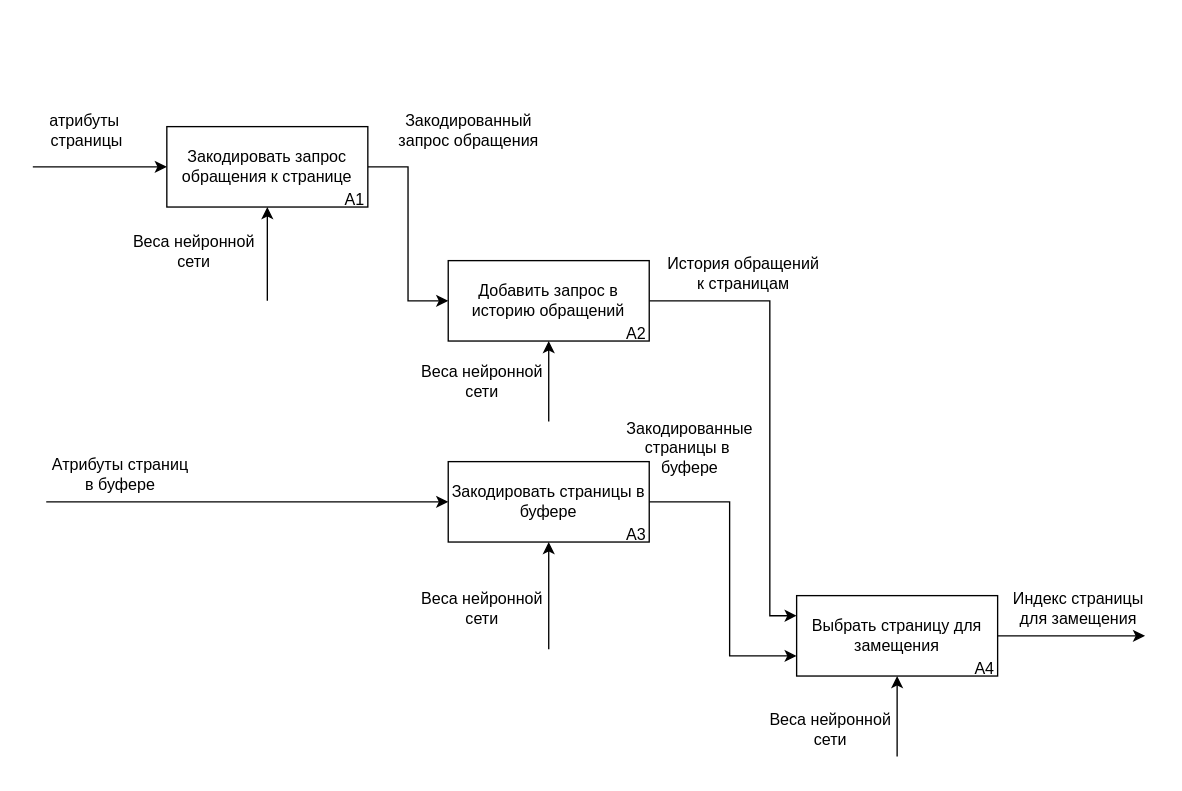
Before: page "idefa1" (2 of 20) of sem_03/report/inc/img/diagramgs.drawio in maxerMU/masters_nir, a draw.io diagram. Source tidied: cells renumbered, new cells numbered last; positions are measured from the earlier drawing's top-left corner, leaving out a move shared by most shapes. Both pictures are drawn from the tidied source at 134%, with x=0, y=0 at pixel (32, 103).
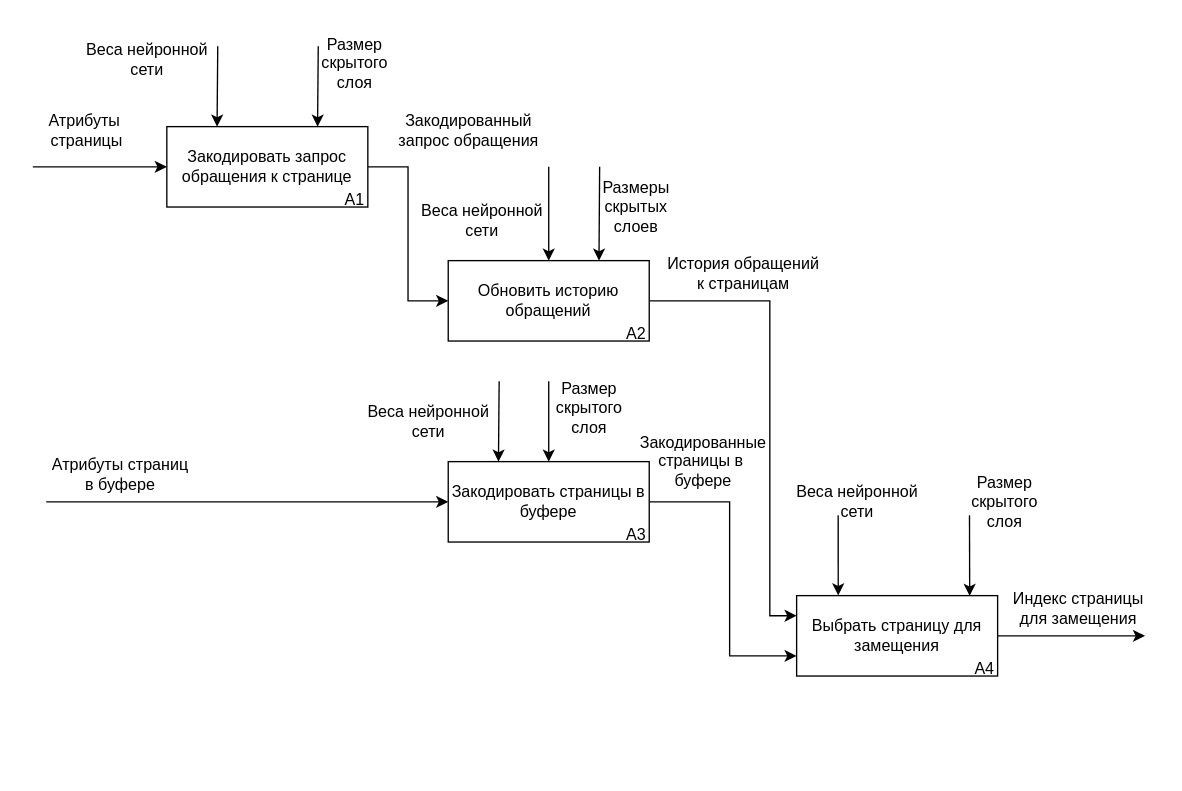
Above is the later version.

Unchanged cells that the change refers to:
```xml
<mxCell id="3" value="Закодировать запрос обращения к странице" style="html=1;whiteSpace=wrap;" parent="1" vertex="1">
  <mxGeometry x="100" y="17" width="150" height="60" as="geometry" />
</mxCell>
<mxCell id="5" value="Закодировать страницы в буфере" style="html=1;whiteSpace=wrap;" parent="1" vertex="1">
  <mxGeometry x="310" y="267" width="150" height="60" as="geometry" />
</mxCell>
<mxCell id="9" value="Выбрать страницу для замещения" style="html=1;whiteSpace=wrap;" parent="1" vertex="1">
  <mxGeometry x="570" y="367" width="150" height="60" as="geometry" />
</mxCell>
```

The edit, as a diff of the source:
```diff
@@
-    <mxCell id="7" value="Добавить запрос в историю обращений" style="html=1;whiteSpace=wrap;" parent="1" vertex="1">
+    <mxCell id="7" value="Обновить историю обращений" style="html=1;whiteSpace=wrap;" parent="1" vertex="1">
       <mxGeometry x="310" y="117" width="150" height="60" as="geometry" />
     </mxCell>
@@
-    <mxCell id="11" value="атрибуты&amp;nbsp;&lt;div&gt;страницы&lt;/div&gt;" style="text;html=1;align=center;verticalAlign=middle;strokeColor=none;fillColor=none;" parent="1" vertex="1">
+    <mxCell id="11" value="Атрибуты&amp;nbsp;&lt;div&gt;страницы&lt;/div&gt;" style="text;html=1;align=center;verticalAlign=middle;strokeColor=none;fillColor=none;" parent="1" vertex="1">
       <mxGeometry width="80" height="40" as="geometry" />
     </mxCell>
@@
     <mxCell id="17" value="Закодированные&lt;div&gt;страницы в&amp;nbsp;&lt;/div&gt;&lt;div&gt;буфере&lt;/div&gt;" style="text;html=1;align=center;verticalAlign=middle;strokeColor=none;fillColor=none;" parent="1" vertex="1">
-      <mxGeometry x="430" y="227" width="120" height="60" as="geometry" />
+      <mxGeometry x="440" y="237" width="120" height="60" as="geometry" />
     </mxCell>
@@
-    <mxCell id="22" style="endArrow=classic;html=1;rounded=0;entryX=0.5;entryY=1;entryDx=0;entryDy=0;" parent="1" edge="1" target="3">
+    <mxCell id="22" style="endArrow=classic;html=1;rounded=0;entryX=0.25;entryY=0;entryDx=0;entryDy=0;" parent="1" edge="1" target="3">
       <mxGeometry relative="1" as="geometry">
-        <mxPoint x="175" y="147" as="sourcePoint" />
+        <mxPoint x="138" y="-43" as="sourcePoint" />
       </mxGeometry>
     </mxCell>
     <mxCell id="23" value="Веса нейронной&lt;div&gt;сети&lt;/div&gt;" style="text;html=1;align=center;verticalAlign=middle;strokeColor=none;fillColor=none;" parent="1" vertex="1">
-      <mxGeometry x="65" y="90" width="110" height="40" as="geometry" />
+      <mxGeometry x="30" y="-53" width="110" height="40" as="geometry" />
     </mxCell>
-    <mxCell id="24" style="endArrow=classic;html=1;rounded=0;entryX=0.5;entryY=1;entryDx=0;entryDy=0;" parent="1" edge="1" target="7">
+    <mxCell id="24" style="endArrow=classic;html=1;rounded=0;" parent="1" edge="1">
       <mxGeometry relative="1" as="geometry">
-        <mxPoint x="385" y="237" as="sourcePoint" />
+        <mxPoint x="385" y="47" as="sourcePoint" />
+        <mxPoint x="385" y="117" as="targetPoint" />
       </mxGeometry>
     </mxCell>
     <mxCell id="25" value="Веса нейронной&lt;div&gt;сети&lt;/div&gt;" style="text;html=1;align=center;verticalAlign=middle;strokeColor=none;fillColor=none;" parent="1" vertex="1">
-      <mxGeometry x="280" y="187" width="110" height="40" as="geometry" />
+      <mxGeometry x="280" y="67" width="110" height="40" as="geometry" />
     </mxCell>
-    <mxCell id="26" style="endArrow=classic;html=1;rounded=0;entryX=0.5;entryY=1;entryDx=0;entryDy=0;" parent="1" edge="1" target="5">
+    <mxCell id="26" style="endArrow=classic;html=1;rounded=0;entryX=0.25;entryY=0;entryDx=0;entryDy=0;" parent="1" edge="1" target="5">
       <mxGeometry relative="1" as="geometry">
-        <mxPoint x="385" y="407" as="sourcePoint" />
+        <mxPoint x="348" y="207" as="sourcePoint" />
       </mxGeometry>
     </mxCell>
     <mxCell id="27" value="Веса нейронной&lt;div&gt;сети&lt;/div&gt;" style="text;html=1;align=center;verticalAlign=middle;strokeColor=none;fillColor=none;" parent="1" vertex="1">
-      <mxGeometry x="280" y="357" width="110" height="40" as="geometry" />
+      <mxGeometry x="240" y="217" width="110" height="40" as="geometry" />
     </mxCell>
-    <mxCell id="28" style="endArrow=classic;html=1;rounded=0;entryX=0.5;entryY=1;entryDx=0;entryDy=0;" parent="1" edge="1" target="9">
+    <mxCell id="28" style="endArrow=classic;html=1;rounded=0;entryX=0.207;entryY=-0.003;entryDx=0;entryDy=0;entryPerimeter=0;" parent="1" edge="1" target="9">
       <mxGeometry relative="1" as="geometry">
-        <mxPoint x="645" y="487" as="sourcePoint" />
+        <mxPoint x="601" y="307" as="sourcePoint" />
       </mxGeometry>
     </mxCell>
     <mxCell id="29" value="Веса нейронной&lt;div&gt;сети&lt;/div&gt;" style="text;html=1;align=center;verticalAlign=middle;strokeColor=none;fillColor=none;" parent="1" vertex="1">
-      <mxGeometry x="540" y="447" width="110" height="40" as="geometry" />
+      <mxGeometry x="560" y="277" width="110" height="40" as="geometry" />
     </mxCell>
+    <mxCell id="30" style="endArrow=classic;html=1;rounded=0;entryX=0.75;entryY=0;entryDx=0;entryDy=0;" parent="1" edge="1" target="3">
+      <mxGeometry relative="1" as="geometry">
+        <mxPoint x="213" y="-43" as="sourcePoint" />
+      </mxGeometry>
+    </mxCell>
+    <mxCell id="31" value="Размер&lt;div&gt;скрытого&lt;/div&gt;&lt;div&gt;слоя&lt;/div&gt;" style="text;html=1;align=center;verticalAlign=middle;strokeColor=none;fillColor=none;" parent="1" vertex="1">
+      <mxGeometry x="205" y="-60" width="70" height="60" as="geometry" />
+    </mxCell>
+    <mxCell id="32" style="endArrow=classic;html=1;rounded=0;entryX=0.75;entryY=0;entryDx=0;entryDy=0;" parent="1" edge="1" target="7">
+      <mxGeometry relative="1" as="geometry">
+        <mxPoint x="423" y="47" as="sourcePoint" />
+      </mxGeometry>
+    </mxCell>
+    <mxCell id="33" value="Размеры&lt;div&gt;скрытых&lt;/div&gt;&lt;div&gt;слоев&lt;/div&gt;" style="text;html=1;align=center;verticalAlign=middle;strokeColor=none;fillColor=none;" parent="1" vertex="1">
+      <mxGeometry x="415" y="47" width="70" height="60" as="geometry" />
+    </mxCell>
+    <mxCell id="34" style="endArrow=classic;html=1;rounded=0;entryX=0.5;entryY=0;entryDx=0;entryDy=0;" parent="1" edge="1" target="5">
+      <mxGeometry relative="1" as="geometry">
+        <mxPoint x="385" y="207" as="sourcePoint" />
+      </mxGeometry>
+    </mxCell>
+    <mxCell id="35" value="Размер&lt;div&gt;скрытого&lt;/div&gt;&lt;div&gt;слоя&lt;/div&gt;" style="text;html=1;align=center;verticalAlign=middle;strokeColor=none;fillColor=none;" parent="1" vertex="1">
+      <mxGeometry x="380" y="197" width="70" height="60" as="geometry" />
+    </mxCell>
+    <mxCell id="36" style="endArrow=classic;html=1;rounded=0;entryX=0.861;entryY=0.003;entryDx=0;entryDy=0;entryPerimeter=0;" parent="1" edge="1" target="9">
+      <mxGeometry relative="1" as="geometry">
+        <mxPoint x="699" y="307" as="sourcePoint" />
+      </mxGeometry>
+    </mxCell>
+    <mxCell id="37" value="Размер&lt;div&gt;скрытого&lt;/div&gt;&lt;div&gt;слоя&lt;/div&gt;" style="text;html=1;align=center;verticalAlign=middle;strokeColor=none;fillColor=none;" parent="1" vertex="1">
+      <mxGeometry x="690" y="267" width="70" height="60" as="geometry" />
+    </mxCell>
```
